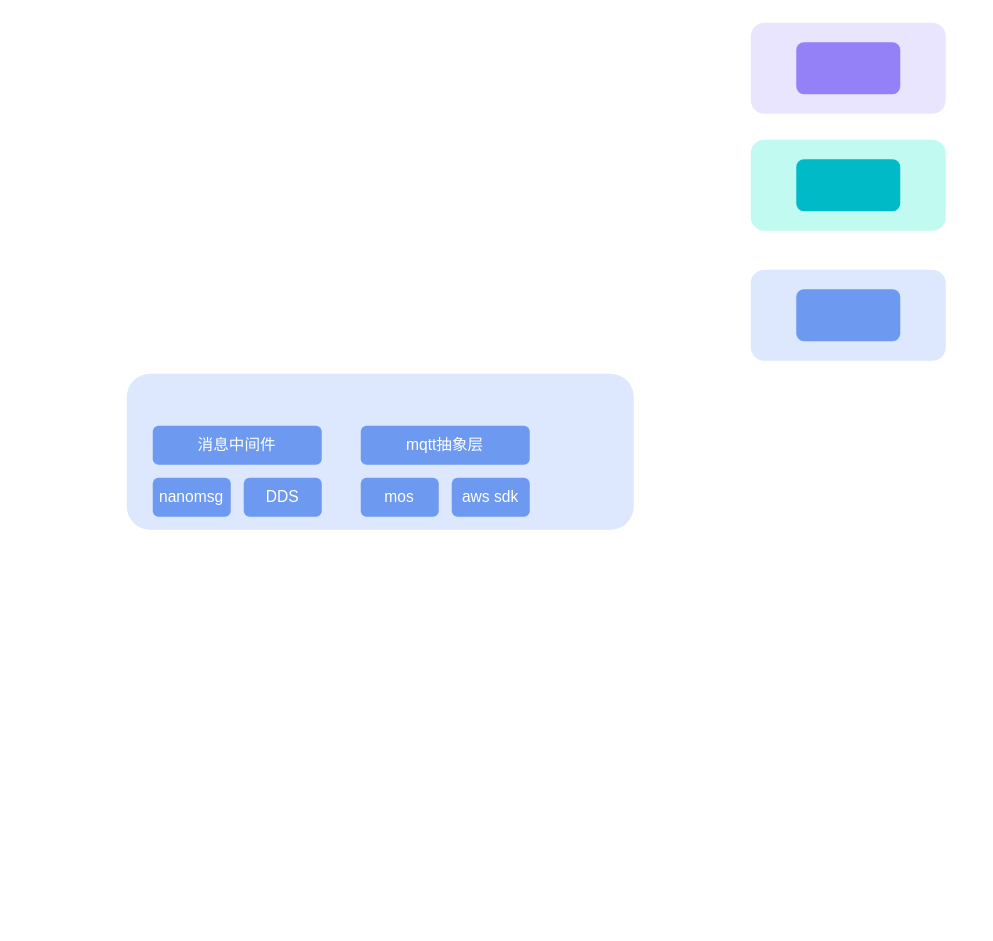
Earlier version of the draw.io diagram 割草机.drawio (xunzhaoxusanduo/1-drawio). Source tidied: cells renumbered, new cells numbered last; positions are measured from the earlier drawing's top-left corner, leaving out a move shared by most shapes. Both pictures are drawn from the tidied source at 130%, with x=0, y=0 at pixel (126, 22).
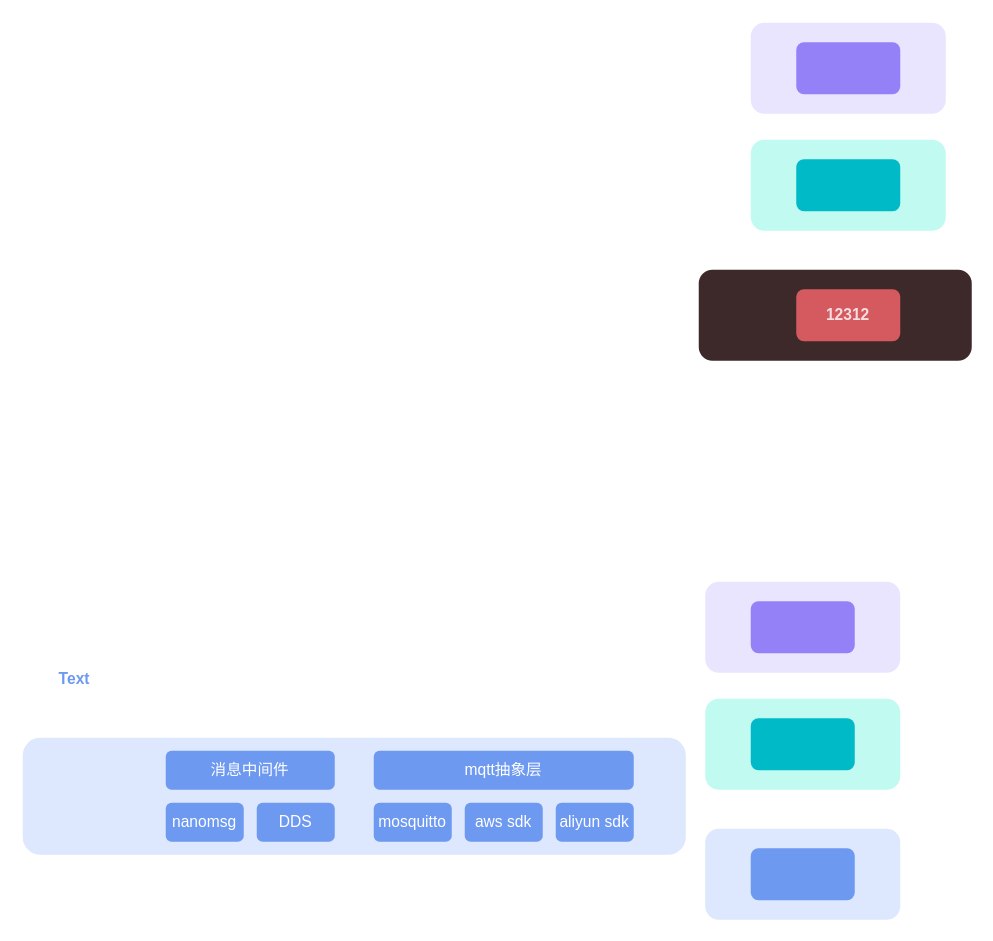
Above is the later version.

Commit message (it also covers changes not shown here):
更新割草机.drawio

The edit, as a diff of the source:
```diff
@@
-    <mxCell id="6" style="rounded=1;whiteSpace=wrap;html=1;fillColor=#dde7fd;strokeColor=none;" parent="1" vertex="1">
-      <mxGeometry x="480" y="190" width="150" height="70" as="geometry" />
+    <mxCell id="6" style="rounded=1;whiteSpace=wrap;html=1;fillColor=#3d292a;strokeColor=none;" parent="1" vertex="1">
+      <mxGeometry x="440" y="190" width="210" height="70" as="geometry" />
     </mxCell>
-    <mxCell id="7" style="rounded=1;whiteSpace=wrap;html=1;strokeColor=none;fillColor=#6d99f1;" parent="1" vertex="1">
+    <mxCell id="7" value="12312" style="rounded=1;whiteSpace=wrap;html=1;strokeColor=none;fillColor=#d45a60;fontColor=#f4dedf;fontStyle=1;" parent="1" vertex="1">
       <mxGeometry x="515" y="205" width="80" height="40" as="geometry" />
     </mxCell>
     <mxCell id="8" style="rounded=1;whiteSpace=wrap;html=1;fillColor=#dde7fd;strokeColor=none;" parent="1" vertex="1">
-      <mxGeometry y="270" width="390" height="120" as="geometry" />
+      <mxGeometry x="-80" y="550" width="510" height="90" as="geometry" />
     </mxCell>
     <mxCell id="9" value="消息中间件" style="rounded=1;whiteSpace=wrap;html=1;strokeColor=none;fillColor=#6d99f1;fontColor=#ffffff;" parent="1" vertex="1">
-      <mxGeometry x="20" y="310" width="130" height="30" as="geometry" />
+      <mxGeometry x="30" y="560" width="130" height="30" as="geometry" />
     </mxCell>
     <mxCell id="10" value="nanomsg" style="rounded=1;whiteSpace=wrap;html=1;strokeColor=none;fillColor=#6d99f1;fontColor=#ffffff;" parent="1" vertex="1">
-      <mxGeometry x="20" y="350" width="60" height="30" as="geometry" />
+      <mxGeometry x="30" y="600" width="60" height="30" as="geometry" />
     </mxCell>
     <mxCell id="11" value="DDS" style="rounded=1;whiteSpace=wrap;html=1;strokeColor=none;fillColor=#6d99f1;fontColor=#ffffff;" parent="1" vertex="1">
-      <mxGeometry x="90" y="350" width="60" height="30" as="geometry" />
+      <mxGeometry x="100" y="600" width="60" height="30" as="geometry" />
     </mxCell>
     <mxCell id="12" value="mqtt抽象层" style="rounded=1;whiteSpace=wrap;html=1;strokeColor=none;fillColor=#6d99f1;fontColor=#ffffff;" parent="1" vertex="1">
-      <mxGeometry x="180" y="310" width="130" height="30" as="geometry" />
+      <mxGeometry x="190" y="560" width="200" height="30" as="geometry" />
     </mxCell>
-    <mxCell id="13" value="mos" style="rounded=1;whiteSpace=wrap;html=1;strokeColor=none;fillColor=#6d99f1;fontColor=#ffffff;" parent="1" vertex="1">
-      <mxGeometry x="180" y="350" width="60" height="30" as="geometry" />
+    <mxCell id="13" value="mosquitto" style="rounded=1;whiteSpace=wrap;html=1;strokeColor=none;fillColor=#6d99f1;fontColor=#ffffff;" parent="1" vertex="1">
+      <mxGeometry x="190" y="600" width="60" height="30" as="geometry" />
     </mxCell>
     <mxCell id="14" value="aws sdk" style="rounded=1;whiteSpace=wrap;html=1;strokeColor=none;fillColor=#6d99f1;fontColor=#ffffff;" parent="1" vertex="1">
-      <mxGeometry x="250" y="350" width="60" height="30" as="geometry" />
+      <mxGeometry x="260" y="600" width="60" height="30" as="geometry" />
     </mxCell>
+    <mxCell id="15" value="aliyun sdk" style="rounded=1;whiteSpace=wrap;html=1;strokeColor=none;fillColor=#6d99f1;fontColor=#ffffff;" parent="1" vertex="1">
+      <mxGeometry x="330" y="600" width="60" height="30" as="geometry" />
+    </mxCell>
+    <mxCell id="16" value="Text" style="text;html=1;strokeColor=none;fillColor=none;align=center;verticalAlign=middle;whiteSpace=wrap;rounded=0;fontColor=#6d99f1;fontStyle=1;" parent="1" vertex="1">
+      <mxGeometry x="-70" y="490" width="60" height="30" as="geometry" />
+    </mxCell>
+    <mxCell id="17" style="rounded=1;whiteSpace=wrap;html=1;fillColor=#e9e5ff;strokeColor=none;" parent="1" vertex="1">
+      <mxGeometry x="445" y="430" width="150" height="70" as="geometry" />
+    </mxCell>
+    <mxCell id="18" style="rounded=1;whiteSpace=wrap;html=1;strokeColor=none;fillColor=#9581f7;" parent="1" vertex="1">
+      <mxGeometry x="480" y="445" width="80" height="40" as="geometry" />
+    </mxCell>
+    <mxCell id="19" style="rounded=1;whiteSpace=wrap;html=1;fillColor=#c1faf0;strokeColor=none;" parent="1" vertex="1">
+      <mxGeometry x="445" y="520" width="150" height="70" as="geometry" />
+    </mxCell>
+    <mxCell id="20" style="rounded=1;whiteSpace=wrap;html=1;strokeColor=none;fillColor=#00bac7;" parent="1" vertex="1">
+      <mxGeometry x="480" y="535" width="80" height="40" as="geometry" />
+    </mxCell>
+    <mxCell id="21" style="rounded=1;whiteSpace=wrap;html=1;fillColor=#dde7fd;strokeColor=none;" parent="1" vertex="1">
+      <mxGeometry x="445" y="620" width="150" height="70" as="geometry" />
+    </mxCell>
+    <mxCell id="22" style="rounded=1;whiteSpace=wrap;html=1;strokeColor=none;fillColor=#6d99f1;" parent="1" vertex="1">
+      <mxGeometry x="480" y="635" width="80" height="40" as="geometry" />
+    </mxCell>
```
